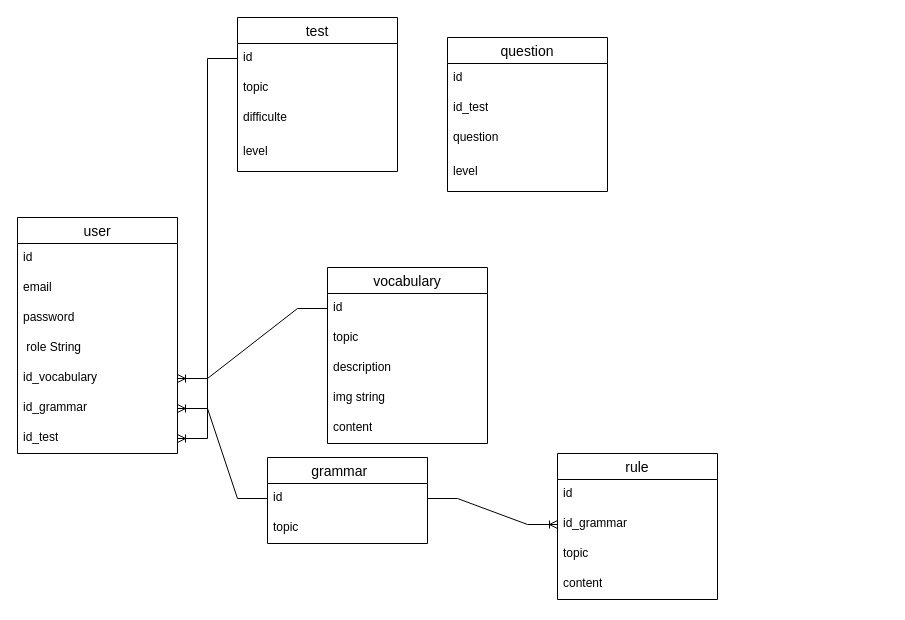
Above: img/Диаграмма без названия.drawio in lam1to/English_School (draw.io), before the change. Source tidied: cells renumbered, new cells numbered last; positions are measured from the earlier drawing's top-left corner, leaving out a move shared by most shapes. Both pictures are drawn from the tidied source at 100%, with x=0, y=0 at pixel (17, 17).
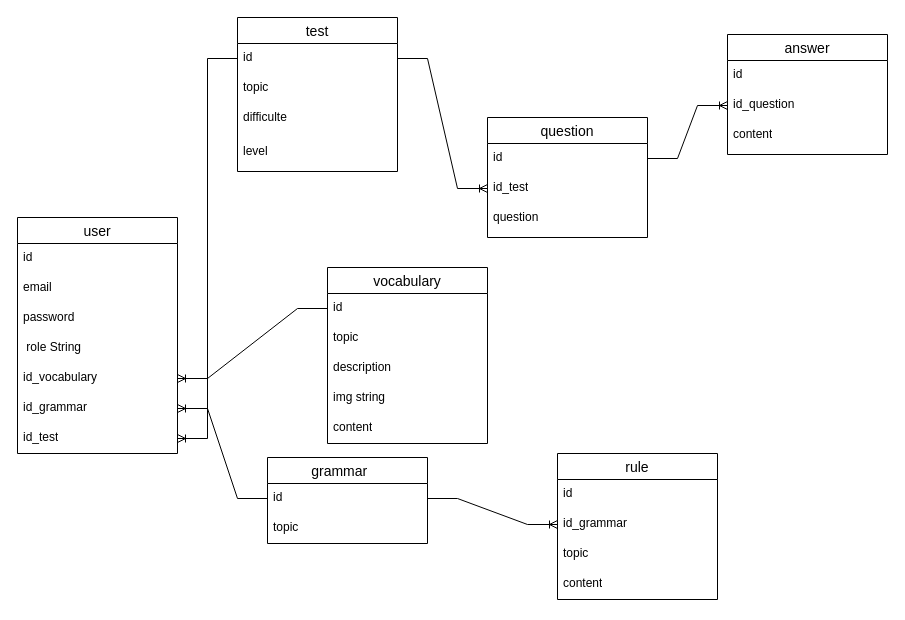
The same diagram, later.

Unchanged cells that the change refers to:
```xml
<mxCell id="11" value="id" style="text;strokeColor=none;fillColor=none;spacingLeft=4;spacingRight=4;overflow=hidden;points=[[0,0.5],[1,0.5]];portConstraint=eastwest;fontSize=12;whiteSpace=wrap;html=1;" parent="10" vertex="1">
  <mxGeometry y="26" width="160" height="30" as="geometry" />
</mxCell>
<mxCell id="34" value="id" style="text;strokeColor=none;fillColor=none;spacingLeft=4;spacingRight=4;overflow=hidden;points=[[0,0.5],[1,0.5]];portConstraint=eastwest;fontSize=12;whiteSpace=wrap;html=1;" parent="33" vertex="1">
  <mxGeometry y="26" width="160" height="30" as="geometry" />
</mxCell>
<mxCell id="35" value="id_test" style="text;strokeColor=none;fillColor=none;spacingLeft=4;spacingRight=4;overflow=hidden;points=[[0,0.5],[1,0.5]];portConstraint=eastwest;fontSize=12;whiteSpace=wrap;html=1;" parent="33" vertex="1">
  <mxGeometry y="56" width="160" height="30" as="geometry" />
</mxCell>
```

Diff of the diagram source:
```diff
@@
     <mxCell id="33" value="question" style="swimlane;fontStyle=0;horizontal=1;startSize=26;align=center;fontSize=14;" parent="1" vertex="1">
-      <mxGeometry x="430" y="20" width="160" height="154" as="geometry" />
+      <mxGeometry x="470" y="100" width="160" height="120" as="geometry" />
     </mxCell>
@@
-    <mxCell id="37" value="level" style="text;strokeColor=none;fillColor=none;spacingLeft=4;spacingRight=4;overflow=hidden;fontSize=12;whiteSpace=wrap;html=1;" parent="33" vertex="1">
-      <mxGeometry y="120" width="160" height="34" as="geometry" />
-    </mxCell>
+    <mxCell id="38" value="answer" style="swimlane;fontStyle=0;horizontal=1;startSize=26;align=center;fontSize=14;" parent="1" vertex="1">
+      <mxGeometry x="710" y="17" width="160" height="120" as="geometry" />
+    </mxCell>
+    <mxCell id="39" value="id" style="text;strokeColor=none;fillColor=none;spacingLeft=4;spacingRight=4;overflow=hidden;fontSize=12;whiteSpace=wrap;html=1;" parent="38" vertex="1">
+      <mxGeometry y="26" width="160" height="30" as="geometry" />
+    </mxCell>
+    <mxCell id="40" value="id_question" style="text;strokeColor=none;fillColor=none;spacingLeft=4;spacingRight=4;overflow=hidden;points=[[0,0.5],[1,0.5]];portConstraint=eastwest;fontSize=12;whiteSpace=wrap;html=1;" parent="38" vertex="1">
+      <mxGeometry y="56" width="160" height="30" as="geometry" />
+    </mxCell>
+    <mxCell id="41" value="content" style="text;strokeColor=none;fillColor=none;spacingLeft=4;spacingRight=4;overflow=hidden;fontSize=12;whiteSpace=wrap;html=1;" parent="38" vertex="1">
+      <mxGeometry y="86" width="160" height="34" as="geometry" />
+    </mxCell>
+    <mxCell id="42" style="edgeStyle=entityRelationEdgeStyle;fontSize=12;html=1;endArrow=ERoneToMany;rounded=0;entryX=0;entryY=0.5;entryDx=0;entryDy=0;" parent="1" edge="1" source="34" target="40">
+      <mxGeometry relative="1" as="geometry" />
+    </mxCell>
+    <mxCell id="43" style="edgeStyle=entityRelationEdgeStyle;fontSize=12;html=1;endArrow=ERoneToMany;rounded=0;" parent="1" edge="1" source="11" target="35">
+      <mxGeometry relative="1" as="geometry" />
+    </mxCell>
```
